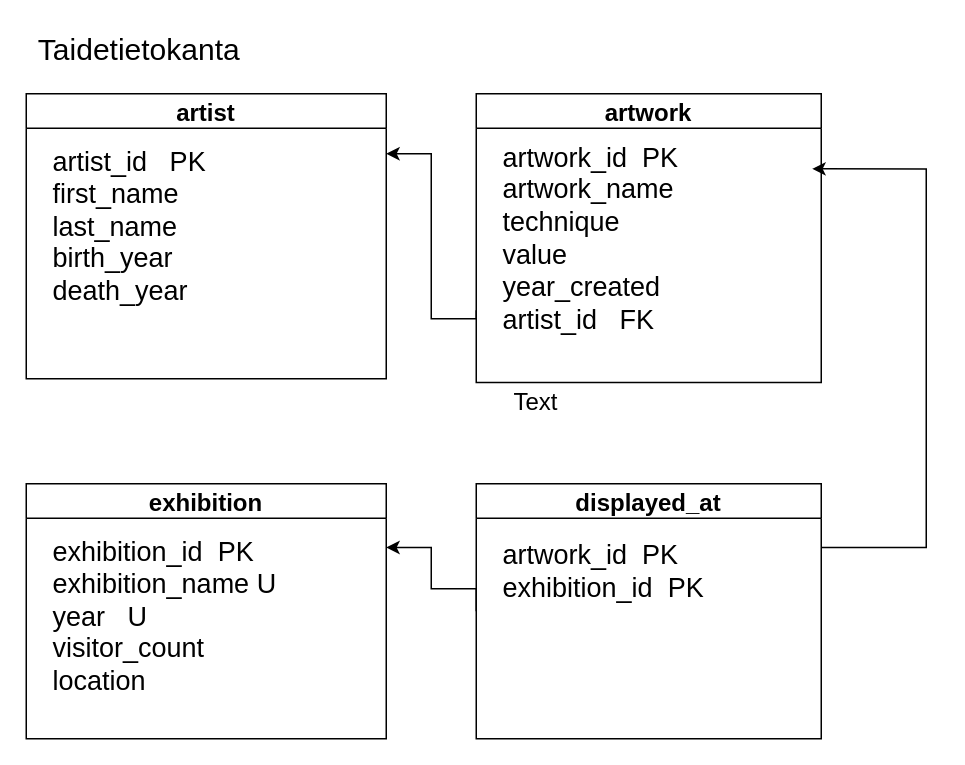
MiCalathea/miisunen keeps this draw.io diagram as Untitled Diagram.drawio. Above is the earlier version. Source tidied: cells renumbered, new cells numbered last; positions are measured from the earlier drawing's top-left corner, leaving out a move shared by most shapes. Both pictures are drawn from the tidied source at 150%, with x=0, y=0 at pixel (26, 26).
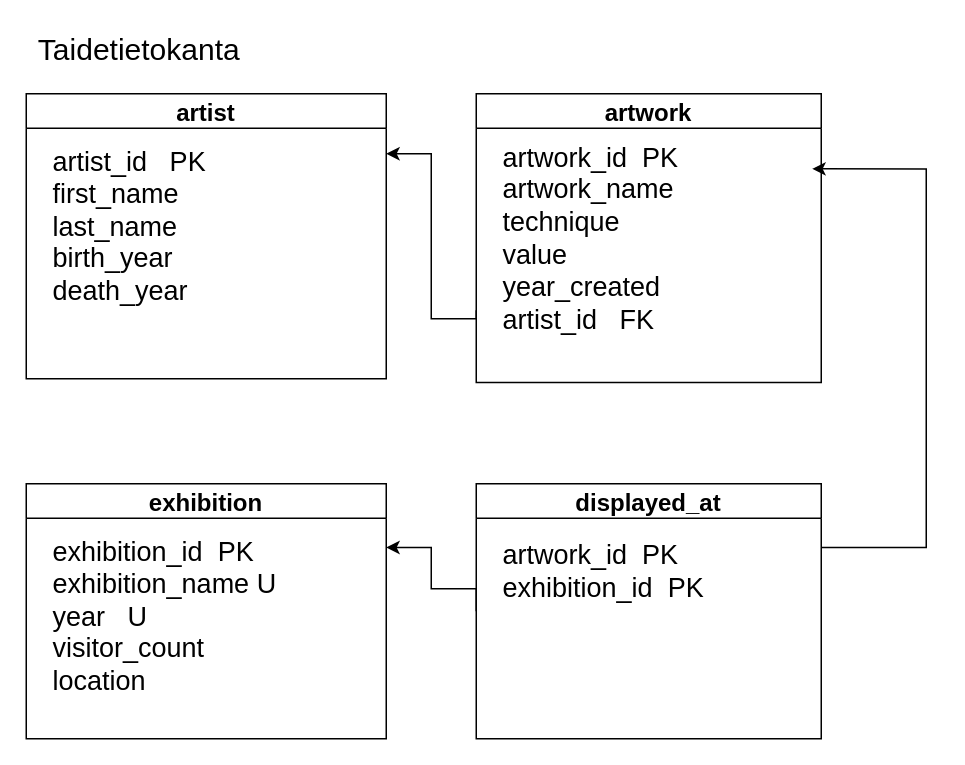
After the change.

Diff of the diagram source:
```diff
@@
-    <mxCell id="13" value="Text" style="text;html=1;strokeColor=none;fillColor=none;align=center;verticalAlign=middle;whiteSpace=wrap;rounded=0;fontSize=16;" parent="1" vertex="1">
-      <mxGeometry x="310" y="235" width="60" height="30" as="geometry" />
-    </mxCell>
```
